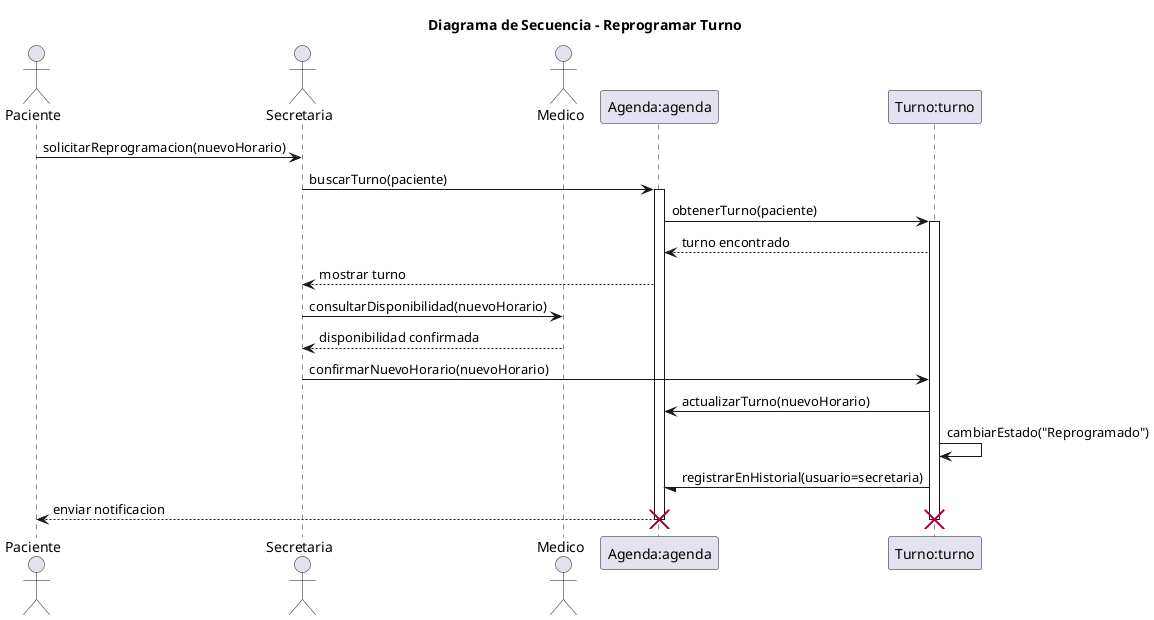
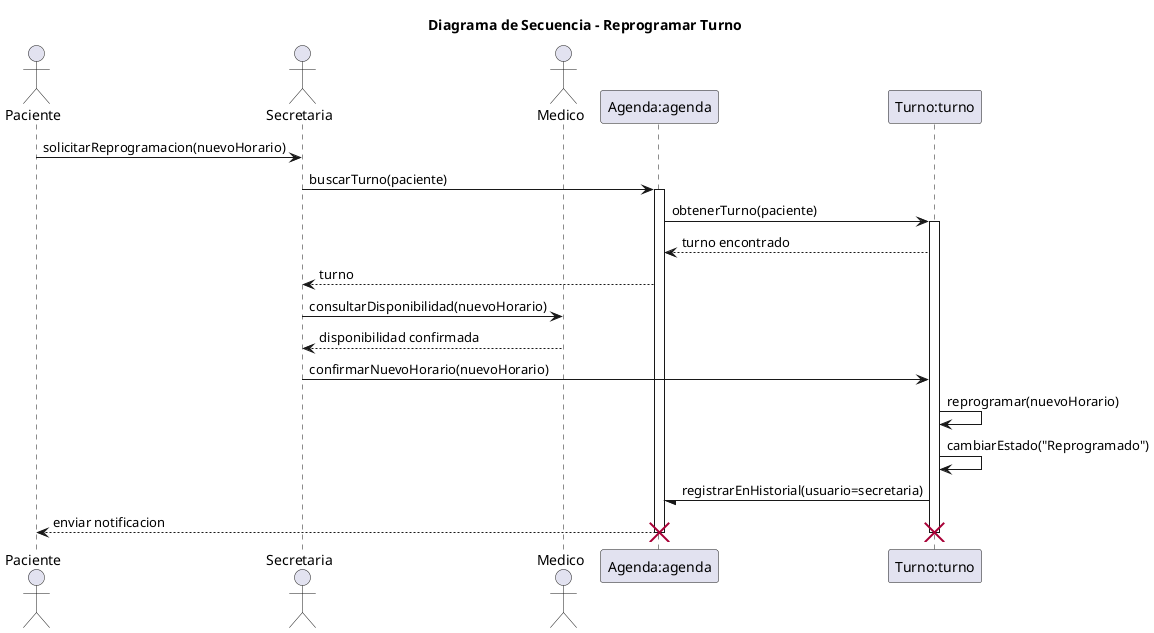
@startuml 02-secuencia-reprogramar-turno-02

title Diagrama de Secuencia - Reprogramar Turno

actor Paciente as paciente
actor Secretaria as secretaria
actor Medico as medico

participant "Agenda:agenda" as agenda
participant "Turno:turno" as turno

paciente -> secretaria: solicitarReprogramacion(nuevoHorario)
secretaria -> agenda: buscarTurno(paciente)

activate agenda

agenda -> turno: obtenerTurno(paciente)

activate turno

turno --> agenda: turno encontrado

- agenda --> secretaria: mostrar turno
+ agenda --> secretaria: turno

secretaria -> medico: consultarDisponibilidad(nuevoHorario)

medico --> secretaria: disponibilidad confirmada

secretaria -> turno: confirmarNuevoHorario(nuevoHorario)

- turno -> agenda: actualizarTurno(nuevoHorario)
+ turno -> turno: reprogramar(nuevoHorario)
turno -> turno: cambiarEstado("Reprogramado")
turno -/ agenda: registrarEnHistorial(usuario=secretaria)

agenda --> paciente: enviar notificacion

deactivate turno
destroy turno
deactivate agenda
destroy agenda

@enduml
